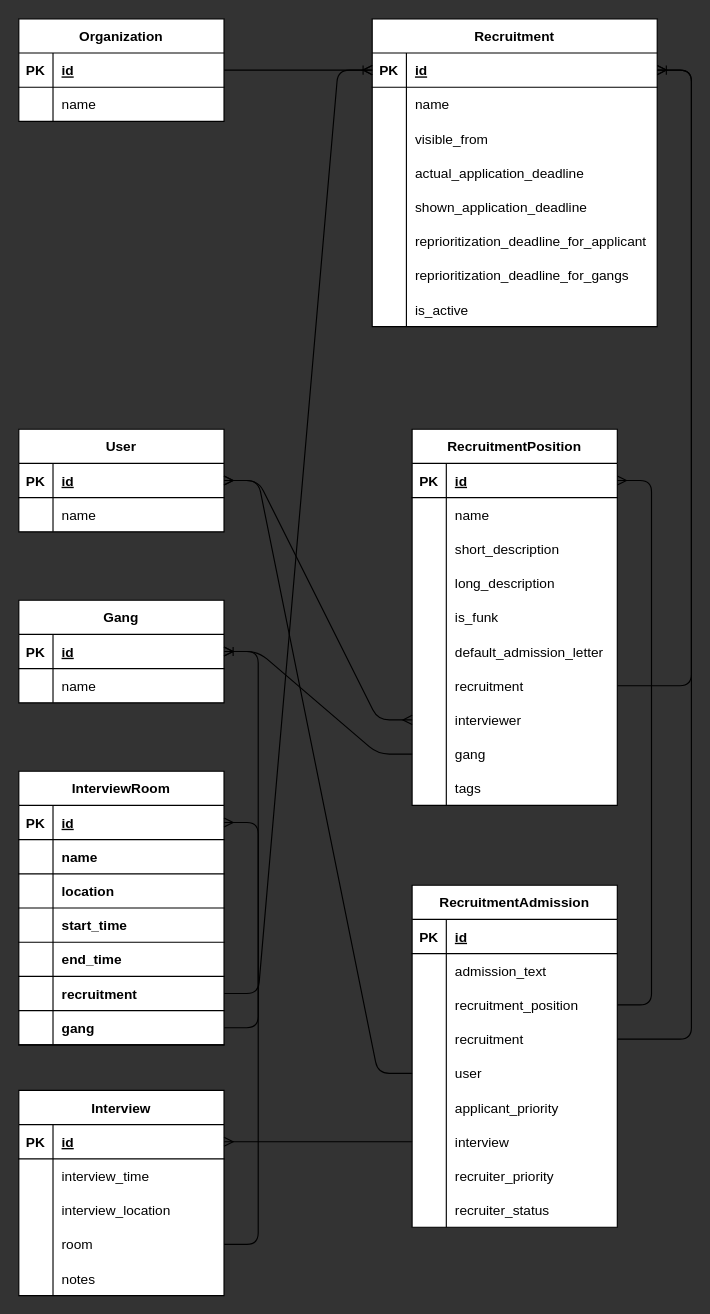
Before: backend/database/recruitment_schema.drawio in Samfundet/Samfundet4, a draw.io diagram. Source tidied: cells renumbered, new cells numbered last; positions are measured from the earlier drawing's top-left corner, leaving out a move shared by most shapes. Both pictures are drawn from the tidied source at 114%, with x=0, y=0 at pixel (18, 18).
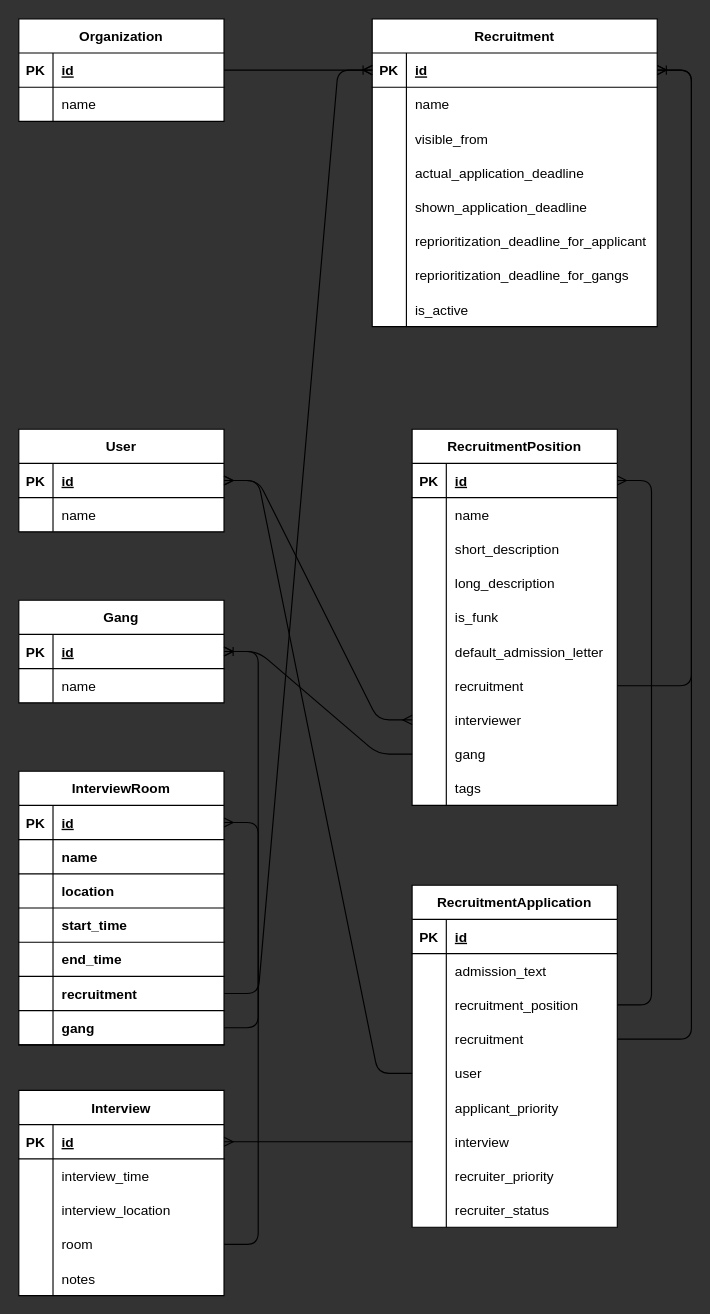
After the change.

What changed in the source:
```diff
@@
-    <mxCell id="82" value="RecruitmentAdmission" style="shape=table;startSize=30;childLayout=tableLayout;rowLines=0;fontStyle=1;align=center;swimlaneFillColor=default;" parent="1" vertex="1">
+    <mxCell id="82" value="RecruitmentApplication" style="shape=table;startSize=30;childLayout=tableLayout;rowLines=0;fontStyle=1;align=center;swimlaneFillColor=default;" parent="1" vertex="1">
       <mxGeometry x="345" y="760" width="180" height="300" as="geometry" />
     </mxCell>
```
